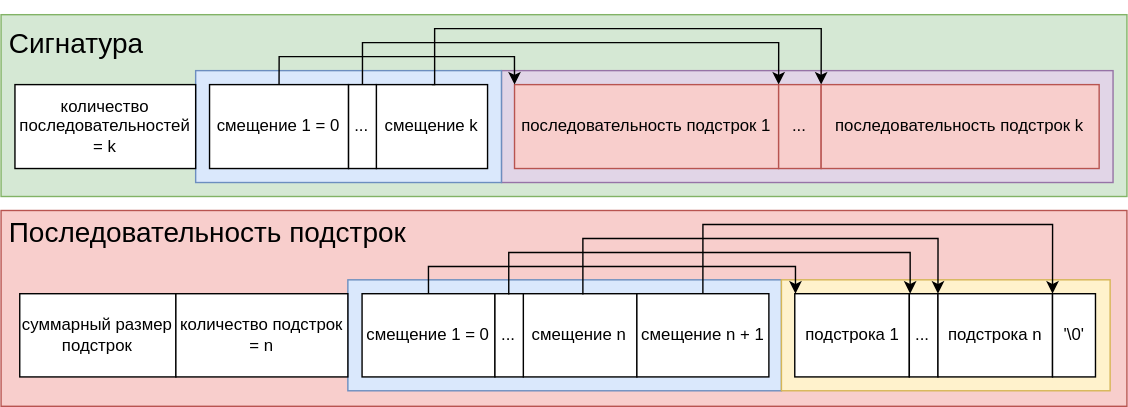
Before: images/signature.svg, a diagram exported from draw.io (Panterrich/AutoSignatureGenerator). Source tidied: cells renumbered, new cells last; positions are measured from the earlier drawing's top-left corner, leaving out a move shared by most shapes.
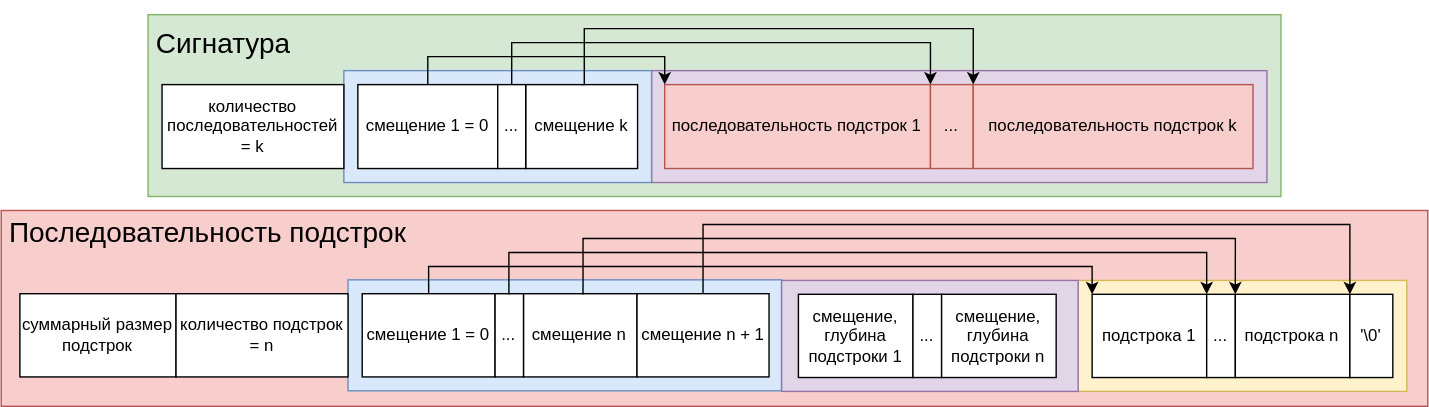
The same diagram one commit later.

Commit message:
feature: update protocols and signature format

Change to the diagram source:
```diff
@@ -2,136 +2,129 @@
   <root>
     <mxCell id="0" />
     <mxCell id="1" parent="0" />
-    <mxCell id="2" style="group;" parent="1" vertex="1">
-      <mxGeometry width="805" height="140" as="geometry" />
-    </mxCell>
+    <mxCell id="36" style="group;" parent="1" vertex="1">
+      <mxGeometry x="110" width="810" height="140" as="geometry" />
+    </mxCell>
-    <mxCell id="3" style="rounded=0;whiteSpace=wrap;html=1;align=left;fillColor=#d5e8d4;strokeColor=#82b366;" parent="2" vertex="1">
-      <mxGeometry y="10" width="805" height="130" as="geometry" />
+    <mxCell id="3" style="rounded=0;whiteSpace=wrap;html=1;align=left;fillColor=#d5e8d4;strokeColor=#82b366;" parent="36" vertex="1">
+      <mxGeometry y="10" width="810" height="130" as="geometry" />
     </mxCell>
-    <mxCell id="4" style="rounded=0;whiteSpace=wrap;html=1;fillColor=#e1d5e7;strokeColor=#9673a6;" parent="2" vertex="1">
-      <mxGeometry x="357.8" y="50" width="437.3" height="80" as="geometry" />
+    <mxCell id="4" style="rounded=0;whiteSpace=wrap;html=1;fillColor=#e1d5e7;strokeColor=#9673a6;" parent="36" vertex="1">
+      <mxGeometry x="360" y="50" width="440" height="80" as="geometry" />
     </mxCell>
-    <mxCell id="5" style="rounded=0;whiteSpace=wrap;html=1;fillColor=#dae8fc;strokeColor=#6c8ebf;" parent="2" vertex="1">
-      <mxGeometry x="139.1" y="50" width="218.6" height="80" as="geometry" />
+    <mxCell id="5" style="rounded=0;whiteSpace=wrap;html=1;fillColor=#dae8fc;strokeColor=#6c8ebf;" parent="36" vertex="1">
+      <mxGeometry x="140" y="50" width="220" height="80" as="geometry" />
     </mxCell>
-    <mxCell id="6" value="количество последовательностей = k" style="rounded=0;whiteSpace=wrap;html=1;" parent="2" vertex="1">
-      <mxGeometry x="9.9" y="60" width="129.2" height="60" as="geometry" />
+    <mxCell id="6" value="количество последовательностей = k" style="rounded=0;whiteSpace=wrap;html=1;" parent="36" vertex="1">
+      <mxGeometry x="10" y="60" width="130" height="60" as="geometry" />
     </mxCell>
-    <mxCell id="7" value="смещение 1 = 0" style="rounded=0;whiteSpace=wrap;html=1;" parent="2" vertex="1">
-      <mxGeometry x="149.1" y="60" width="99.4" height="60" as="geometry" />
+    <mxCell id="7" value="смещение 1 = 0" style="rounded=0;whiteSpace=wrap;html=1;" parent="36" vertex="1">
+      <mxGeometry x="150" y="60" width="100" height="60" as="geometry" />
     </mxCell>
-    <mxCell id="8" value="смещение k" style="rounded=0;whiteSpace=wrap;html=1;align=center;" parent="2" vertex="1">
-      <mxGeometry x="268.3" y="60" width="79.5" height="60" as="geometry" />
+    <mxCell id="8" value="смещение k" style="rounded=0;whiteSpace=wrap;html=1;align=center;" parent="36" vertex="1">
+      <mxGeometry x="270" y="60" width="80" height="60" as="geometry" />
     </mxCell>
-    <mxCell id="9" value="..." style="rounded=0;whiteSpace=wrap;html=1;" parent="2" vertex="1">
-      <mxGeometry x="248.5" y="60" width="19.9" height="60" as="geometry" />
+    <mxCell id="9" value="..." style="rounded=0;whiteSpace=wrap;html=1;" parent="36" vertex="1">
+      <mxGeometry x="250" y="60" width="20" height="60" as="geometry" />
     </mxCell>
-    <mxCell id="10" value="последовательность подстрок 1" style="rounded=0;whiteSpace=wrap;html=1;fillColor=#f8cecc;strokeColor=#b85450;" parent="2" vertex="1">
-      <mxGeometry x="367.1" y="60" width="188.8" height="60" as="geometry" />
+    <mxCell id="10" value="последовательность подстрок 1" style="rounded=0;whiteSpace=wrap;html=1;fillColor=#f8cecc;strokeColor=#b85450;" parent="36" vertex="1">
+      <mxGeometry x="369.4" y="60" width="190" height="60" as="geometry" />
     </mxCell>
-    <mxCell id="11" style="edgeStyle=orthogonalEdgeStyle;rounded=0;jettySize=auto;html=1;exitX=0.5;exitY=0;exitDx=0;exitDy=0;entryX=0;entryY=0;entryDx=0;entryDy=0;" parent="2" edge="1" source="7" target="10">
+    <mxCell id="11" style="edgeStyle=orthogonalEdgeStyle;rounded=0;jettySize=auto;html=1;exitX=0.5;exitY=0;exitDx=0;exitDy=0;entryX=0;entryY=0;entryDx=0;entryDy=0;" parent="36" edge="1" source="7" target="10">
       <mxGeometry relative="1" as="geometry">
         <Array as="points">
-          <mxPoint x="198.8" y="40" />
-          <mxPoint x="366.7" y="40" />
+          <mxPoint x="200" y="40" />
+          <mxPoint x="369" y="40" />
         </Array>
       </mxGeometry>
     </mxCell>
-    <mxCell id="12" value="..." style="rounded=0;whiteSpace=wrap;html=1;fillColor=#f8cecc;strokeColor=#b85450;" parent="2" vertex="1">
-      <mxGeometry x="556" y="60" width="30.4" height="60" as="geometry" />
+    <mxCell id="12" value="..." style="rounded=0;whiteSpace=wrap;html=1;fillColor=#f8cecc;strokeColor=#b85450;" parent="36" vertex="1">
+      <mxGeometry x="559.4" y="60" width="30.6" height="60" as="geometry" />
     </mxCell>
-    <mxCell id="13" style="edgeStyle=orthogonalEdgeStyle;rounded=0;jettySize=auto;html=1;entryX=0;entryY=0;entryDx=0;entryDy=0;exitX=0.5;exitY=0;exitDx=0;exitDy=0;" parent="2" edge="1" source="9" target="12">
+    <mxCell id="13" style="edgeStyle=orthogonalEdgeStyle;rounded=0;jettySize=auto;html=1;entryX=0;entryY=0;entryDx=0;entryDy=0;exitX=0.5;exitY=0;exitDx=0;exitDy=0;" parent="36" edge="1" source="9" target="12">
       <mxGeometry relative="1" as="geometry">
         <Array as="points">
-          <mxPoint x="258" y="30" />
-          <mxPoint x="556" y="30" />
+          <mxPoint x="259.6" y="30" />
+          <mxPoint x="559.5" y="30" />
         </Array>
       </mxGeometry>
     </mxCell>
-    <mxCell id="14" value="&lt;font style=&quot;font-size: 20px;&quot;&gt;Сигнатура&lt;/font&gt;" style="text;strokeColor=none;fillColor=none;align=left;verticalAlign=middle;spacingLeft=4;spacingRight=4;overflow=hidden;whiteSpace=wrap;html=1;" parent="2" vertex="1">
-      <mxGeometry width="169" height="60" as="geometry" />
+    <mxCell id="14" value="&lt;font style=&quot;font-size: 20px;&quot;&gt;Сигнатура&lt;/font&gt;" style="text;strokeColor=none;fillColor=none;align=left;verticalAlign=middle;spacingLeft=4;spacingRight=4;overflow=hidden;whiteSpace=wrap;html=1;" parent="36" vertex="1">
+      <mxGeometry width="170" height="60" as="geometry" />
     </mxCell>
-    <mxCell id="15" value="последовательность подстрок k" style="rounded=0;whiteSpace=wrap;html=1;fillColor=#f8cecc;strokeColor=#b85450;" parent="2" vertex="1">
-      <mxGeometry x="586.4" y="60" width="198.8" height="60" as="geometry" />
+    <mxCell id="15" value="последовательность подстрок k" style="rounded=0;whiteSpace=wrap;html=1;fillColor=#f8cecc;strokeColor=#b85450;" parent="36" vertex="1">
+      <mxGeometry x="590" y="60" width="200" height="60" as="geometry" />
     </mxCell>
-    <mxCell id="16" style="edgeStyle=orthogonalEdgeStyle;rounded=0;jettySize=auto;html=1;entryX=0;entryY=0;entryDx=0;entryDy=0;" parent="2" edge="1" target="15">
+    <mxCell id="16" style="edgeStyle=orthogonalEdgeStyle;rounded=0;jettySize=auto;html=1;entryX=0;entryY=0;entryDx=0;entryDy=0;" parent="36" edge="1" target="15">
       <mxGeometry relative="1" as="geometry">
-        <mxPoint x="308" y="60" as="sourcePoint" />
+        <mxPoint x="309.9" y="60" as="sourcePoint" />
         <Array as="points">
-          <mxPoint x="310" y="60" />
-          <mxPoint x="310" y="20" />
-          <mxPoint x="586" y="20" />
+          <mxPoint x="311.9" y="60" />
+          <mxPoint x="311.9" y="20" />
+          <mxPoint x="589.6" y="20" />
         </Array>
       </mxGeometry>
     </mxCell>
+    <mxCell id="37" style="group;" parent="1" vertex="1">
+      <mxGeometry x="5" y="150" width="1020" height="140" as="geometry" />
+    </mxCell>
-    <mxCell id="17" style="rounded=0;whiteSpace=wrap;html=1;fillColor=#f8cecc;strokeColor=#b85450;" parent="1" vertex="1">
-      <mxGeometry y="150" width="805" height="140" as="geometry" />
+    <mxCell id="17" style="rounded=0;whiteSpace=wrap;html=1;fillColor=#f8cecc;strokeColor=#b85450;" parent="37" vertex="1">
+      <mxGeometry width="1020" height="140" as="geometry" />
     </mxCell>
-    <mxCell id="18" style="rounded=0;whiteSpace=wrap;html=1;fillColor=#dae8fc;strokeColor=#6c8ebf;" parent="1" vertex="1">
-      <mxGeometry x="248" y="199.6" width="310" height="79.3" as="geometry" />
+    <mxCell id="18" style="rounded=0;whiteSpace=wrap;html=1;fillColor=#dae8fc;strokeColor=#6c8ebf;" parent="37" vertex="1">
+      <mxGeometry x="248" y="49.6" width="310" height="79.3" as="geometry" />
     </mxCell>
-    <mxCell id="19" value="суммарный размер подстрок" style="rounded=0;whiteSpace=wrap;html=1;" parent="1" vertex="1">
-      <mxGeometry x="13.4" y="209.5" width="111.6" height="59.5" as="geometry" />
+    <mxCell id="19" value="суммарный размер подстрок" style="rounded=0;whiteSpace=wrap;html=1;" parent="37" vertex="1">
+      <mxGeometry x="13.4" y="59.5" width="111.6" height="59.5" as="geometry" />
     </mxCell>
-    <mxCell id="20" value="количество подстрок&lt;br&gt;= n" style="rounded=0;whiteSpace=wrap;html=1;" parent="1" vertex="1">
-      <mxGeometry x="125" y="209.5" width="123" height="59.5" as="geometry" />
+    <mxCell id="20" value="количество подстрок&lt;br&gt;= n" style="rounded=0;whiteSpace=wrap;html=1;" parent="37" vertex="1">
+      <mxGeometry x="125" y="59.5" width="123" height="59.5" as="geometry" />
     </mxCell>
-    <mxCell id="21" value="cмещение 1 = 0" style="rounded=0;whiteSpace=wrap;html=1;" parent="1" vertex="1">
-      <mxGeometry x="258.1" y="209.5" width="95" height="59.5" as="geometry" />
+    <mxCell id="21" value="cмещение 1 = 0" style="rounded=0;whiteSpace=wrap;html=1;" parent="37" vertex="1">
+      <mxGeometry x="258.1" y="59.5" width="95" height="59.5" as="geometry" />
     </mxCell>
-    <mxCell id="22" value="смещение n&lt;br&gt;" style="rounded=0;whiteSpace=wrap;html=1;align=center;" parent="1" vertex="1">
-      <mxGeometry x="373.4" y="209.5" width="81.2" height="59.5" as="geometry" />
+    <mxCell id="22" value="смещение n&lt;br&gt;" style="rounded=0;whiteSpace=wrap;html=1;align=center;" parent="37" vertex="1">
+      <mxGeometry x="373.4" y="59.5" width="81.2" height="59.5" as="geometry" />
     </mxCell>
-    <mxCell id="23" value="..." style="rounded=0;whiteSpace=wrap;html=1;" parent="1" vertex="1">
-      <mxGeometry x="353.1" y="209.5" width="20.3" height="59.5" as="geometry" />
+    <mxCell id="23" value="..." style="rounded=0;whiteSpace=wrap;html=1;" parent="37" vertex="1">
+      <mxGeometry x="353.1" y="59.5" width="20.3" height="59.5" as="geometry" />
     </mxCell>
-    <mxCell id="24" value="&lt;font style=&quot;font-size: 20px;&quot;&gt;Последовательность подстрок&lt;/font&gt;" style="text;strokeColor=none;fillColor=none;align=left;verticalAlign=middle;spacingLeft=4;spacingRight=4;overflow=hidden;whiteSpace=wrap;html=1;" parent="1" vertex="1">
-      <mxGeometry y="150" width="345.1" height="29.8" as="geometry" />
+    <mxCell id="24" value="&lt;font style=&quot;font-size: 20px;&quot;&gt;Последовательность подстрок&lt;/font&gt;" style="text;strokeColor=none;fillColor=none;align=left;verticalAlign=middle;spacingLeft=4;spacingRight=4;overflow=hidden;whiteSpace=wrap;html=1;" parent="37" vertex="1">
+      <mxGeometry width="345.1" height="29.8" as="geometry" />
     </mxCell>
-    <mxCell id="25" style="rounded=0;whiteSpace=wrap;html=1;fillColor=#fff2cc;strokeColor=#d6b656;" parent="1" vertex="1">
-      <mxGeometry x="558" y="199.6" width="235" height="79.3" as="geometry" />
+    <mxCell id="25" style="rounded=0;whiteSpace=wrap;html=1;fillColor=#fff2cc;strokeColor=#d6b656;" parent="37" vertex="1">
+      <mxGeometry x="770" y="50" width="235" height="79.3" as="geometry" />
     </mxCell>
-    <mxCell id="26" style="edgeStyle=orthogonalEdgeStyle;rounded=0;jettySize=auto;html=1;entryX=0;entryY=0;entryDx=0;entryDy=0;exitX=0.5;exitY=0;exitDx=0;exitDy=0;" parent="1" edge="1" source="21" target="32">
+    <mxCell id="26" style="edgeStyle=orthogonalEdgeStyle;rounded=0;jettySize=auto;html=1;entryX=0;entryY=0;entryDx=0;entryDy=0;exitX=0.5;exitY=0;exitDx=0;exitDy=0;" parent="37" edge="1" source="21" target="32">
       <mxGeometry relative="1" as="geometry">
         <Array as="points">
-          <mxPoint x="306" y="190" />
-          <mxPoint x="568" y="190" />
-          <mxPoint x="568" y="210" />
+          <mxPoint x="306" y="40" />
+          <mxPoint x="780" y="40" />
         </Array>
       </mxGeometry>
     </mxCell>
-    <mxCell id="27" style="edgeStyle=orthogonalEdgeStyle;rounded=0;jettySize=auto;html=1;entryX=0;entryY=0;entryDx=0;entryDy=0;" parent="1" edge="1" target="33">
+    <mxCell id="27" style="edgeStyle=orthogonalEdgeStyle;rounded=0;jettySize=auto;html=1;entryX=0;entryY=0;entryDx=0;entryDy=0;" parent="37" edge="1" target="33">
       <mxGeometry relative="1" as="geometry">
-        <mxPoint x="363" y="210" as="sourcePoint" />
+        <mxPoint x="363" y="60" as="sourcePoint" />
         <Array as="points">
-          <mxPoint x="363" y="180" />
-          <mxPoint x="650" y="180" />
-          <mxPoint x="650" y="210" />
+          <mxPoint x="363" y="30" />
+          <mxPoint x="862" y="30" />
         </Array>
       </mxGeometry>
     </mxCell>
-    <mxCell id="28" style="edgeStyle=orthogonalEdgeStyle;rounded=0;jettySize=auto;html=1;entryX=0;entryY=0;entryDx=0;entryDy=0;" parent="1" edge="1" target="34">
+    <mxCell id="28" style="edgeStyle=orthogonalEdgeStyle;rounded=0;jettySize=auto;html=1;entryX=0;entryY=0;entryDx=0;entryDy=0;" parent="37" edge="1" target="34">
       <mxGeometry relative="1" as="geometry">
-        <mxPoint x="416" y="210" as="sourcePoint" />
+        <mxPoint x="416" y="60" as="sourcePoint" />
         <Array as="points">
-          <mxPoint x="416" y="170" />
-          <mxPoint x="670" y="170" />
+          <mxPoint x="416" y="20" />
+          <mxPoint x="882" y="20" />
         </Array>
       </mxGeometry>
     </mxCell>
-    <mxCell id="29" style="edgeStyle=orthogonalEdgeStyle;rounded=0;jettySize=auto;html=1;entryX=1;entryY=0;entryDx=0;entryDy=0;exitX=0.5;exitY=0;exitDx=0;exitDy=0;" parent="1" edge="1" source="30" target="34">
-      <mxGeometry relative="1" as="geometry">
-        <Array as="points">
-          <mxPoint x="502" y="160" />
-          <mxPoint x="752" y="160" />
-        </Array>
-      </mxGeometry>
-    </mxCell>
-    <mxCell id="30" value="смещение n + 1" style="rounded=0;whiteSpace=wrap;html=1;align=center;" parent="1" vertex="1">
-      <mxGeometry x="454.6" y="209.5" width="94.4" height="59.5" as="geometry" />
+    <mxCell id="30" value="смещение n + 1" style="rounded=0;whiteSpace=wrap;html=1;align=center;" parent="37" vertex="1">
+      <mxGeometry x="454.6" y="59.5" width="94.4" height="59.5" as="geometry" />
     </mxCell>
-    <mxCell id="31" style="group;" parent="1" vertex="1">
-      <mxGeometry x="567.5" y="209.5" width="215" height="59.5" as="geometry" />
+    <mxCell id="31" style="group;" parent="37" vertex="1">
+      <mxGeometry x="780" y="59.9" width="215" height="59.5" as="geometry" />
     </mxCell>
     <mxCell id="32" value="подстрока 1" style="rounded=0;whiteSpace=wrap;html=1;" parent="31" vertex="1">
       <mxGeometry width="81.9" height="59.5" as="geometry" />
@@ -145,5 +138,25 @@
     <mxCell id="35" value="'\0'" style="rounded=0;whiteSpace=wrap;html=1;" parent="31" vertex="1">
       <mxGeometry x="184.3" width="30.7" height="59.5" as="geometry" />
     </mxCell>
+    <mxCell id="29" style="edgeStyle=orthogonalEdgeStyle;rounded=0;jettySize=auto;html=1;entryX=1;entryY=0;entryDx=0;entryDy=0;exitX=0.5;exitY=0;exitDx=0;exitDy=0;" parent="37" edge="1" source="30" target="34">
+      <mxGeometry relative="1" as="geometry">
+        <Array as="points">
+          <mxPoint x="502" y="10" />
+          <mxPoint x="964" y="10" />
+        </Array>
+      </mxGeometry>
+    </mxCell>
+    <mxCell id="38" style="rounded=0;whiteSpace=wrap;html=1;fillColor=#e1d5e7;strokeColor=#9673a6;" parent="37" vertex="1">
+      <mxGeometry x="558" y="50" width="212" height="79.3" as="geometry" />
+    </mxCell>
+    <mxCell id="39" value="смещение, глубина подстроки 1" style="rounded=0;whiteSpace=wrap;html=1;" parent="37" vertex="1">
+      <mxGeometry x="570" y="59.9" width="81.9" height="59.5" as="geometry" />
+    </mxCell>
+    <mxCell id="40" value="..." style="rounded=0;whiteSpace=wrap;html=1;" parent="37" vertex="1">
+      <mxGeometry x="651.9" y="59.9" width="20.5" height="59.5" as="geometry" />
+    </mxCell>
+    <mxCell id="41" value="смещение, глубина подстроки n" style="rounded=0;whiteSpace=wrap;html=1;" parent="37" vertex="1">
+      <mxGeometry x="672.4" y="59.9" width="81.9" height="59.5" as="geometry" />
+    </mxCell>
   </root>
 </mxGraphModel>
```
